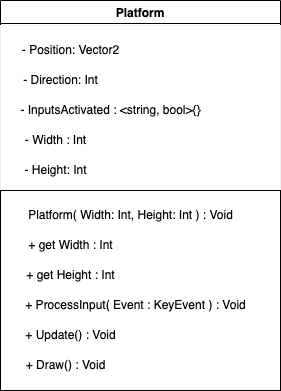
The draw.io diagram The_Game/UML/platform_diagram.png in IvanMordovets/IT2_uke1_project, before a commit. Source tidied: cells renumbered, new cells last; positions are measured from the earlier drawing's top-left corner, leaving out a move shared by most shapes. Its diagram source:
```xml
<mxGraphModel>
  <root>
    <mxCell id="0" />
    <mxCell id="1" parent="0" />
    <mxCell id="2" value="Platform" style="swimlane;fillColor=#FFFFFF;" parent="1" vertex="1">
      <mxGeometry width="280" height="195" as="geometry" />
    </mxCell>
    <mxCell id="3" style="whiteSpace=wrap;html=1;strokeColor=#F0F0F0;fillColor=#FFFFFF;" parent="2" vertex="1">
      <mxGeometry y="25" width="280" height="165" as="geometry" />
    </mxCell>
    <mxCell id="4" value="- Position: Vector2&lt;br&gt;" style="text;html=1;align=center;verticalAlign=middle;strokeColor=none;fillColor=#FFFFFF;" parent="2" vertex="1">
      <mxGeometry x="10" y="35" width="120" height="30" as="geometry" />
    </mxCell>
    <mxCell id="5" value="- Direction: Int" style="text;html=1;align=center;verticalAlign=middle;strokeColor=none;fillColor=#FFFFFF;" parent="2" vertex="1">
      <mxGeometry x="10" y="65" width="100" height="30" as="geometry" />
    </mxCell>
    <mxCell id="6" value="- InputsActivated : &amp;lt;string, bool&amp;gt;{}" style="text;html=1;align=center;verticalAlign=middle;strokeColor=none;fillColor=#FFFFFF;" parent="2" vertex="1">
      <mxGeometry x="10" y="95" width="200" height="30" as="geometry" />
    </mxCell>
    <mxCell id="7" value="- Width : Int" style="text;html=1;align=center;verticalAlign=middle;strokeColor=none;fillColor=#FFFFFF;" parent="2" vertex="1">
      <mxGeometry x="15" y="125" width="80" height="30" as="geometry" />
    </mxCell>
    <mxCell id="8" value="- Height: Int" style="text;html=1;align=center;verticalAlign=middle;strokeColor=none;fillColor=#FFFFFF;" parent="2" vertex="1">
      <mxGeometry x="10" y="155" width="90" height="30" as="geometry" />
    </mxCell>
    <mxCell id="9" style="rounded=0;whiteSpace=wrap;html=1;" parent="1" vertex="1">
      <mxGeometry y="190" width="280" height="200" as="geometry" />
    </mxCell>
    <mxCell id="10" value="Platform( Width: Int, Height: Int ) : Void" style="text;html=1;align=center;verticalAlign=middle;strokeColor=none;fillColor=none;" parent="1" vertex="1">
      <mxGeometry x="15" y="200" width="230" height="30" as="geometry" />
    </mxCell>
    <mxCell id="11" value="+ ProcessInput( Event : KeyEvent ) : Void" style="text;html=1;align=center;verticalAlign=middle;strokeColor=none;fillColor=none;" parent="1" vertex="1">
      <mxGeometry x="15" y="290" width="240" height="30" as="geometry" />
    </mxCell>
    <mxCell id="12" value="+ Update() : Void" style="text;html=1;align=center;verticalAlign=middle;strokeColor=none;fillColor=none;" parent="1" vertex="1">
      <mxGeometry x="15" y="320" width="110" height="30" as="geometry" />
    </mxCell>
    <mxCell id="13" value="+ Draw() : Void" style="text;html=1;align=center;verticalAlign=middle;strokeColor=none;fillColor=none;" parent="1" vertex="1">
      <mxGeometry x="15" y="350" width="100" height="30" as="geometry" />
    </mxCell>
    <mxCell id="14" value="+ get Width : Int" style="text;html=1;align=center;verticalAlign=middle;strokeColor=none;fillColor=none;" parent="1" vertex="1">
      <mxGeometry x="15" y="230" width="110" height="30" as="geometry" />
    </mxCell>
    <mxCell id="15" value="+ get Height : Int" style="text;html=1;align=center;verticalAlign=middle;strokeColor=none;fillColor=none;" parent="1" vertex="1">
      <mxGeometry x="15" y="260" width="110" height="30" as="geometry" />
    </mxCell>
  </root>
</mxGraphModel>
```
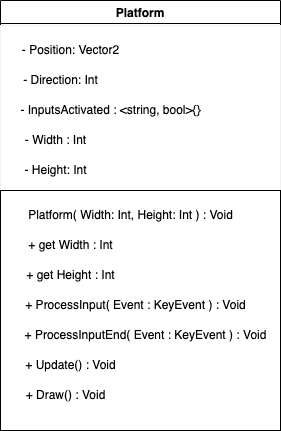
Above is the later version.

Commit message:
Platform UML Update

Change to the diagram source:
```diff
@@ -24,7 +24,7 @@
       <mxGeometry x="10" y="155" width="90" height="30" as="geometry" />
     </mxCell>
     <mxCell id="9" style="rounded=0;whiteSpace=wrap;html=1;" parent="1" vertex="1">
-      <mxGeometry y="190" width="280" height="200" as="geometry" />
+      <mxGeometry y="190" width="280" height="240" as="geometry" />
     </mxCell>
     <mxCell id="10" value="Platform( Width: Int, Height: Int ) : Void" style="text;html=1;align=center;verticalAlign=middle;strokeColor=none;fillColor=none;" parent="1" vertex="1">
       <mxGeometry x="15" y="200" width="230" height="30" as="geometry" />
@@ -33,10 +33,10 @@
       <mxGeometry x="15" y="290" width="240" height="30" as="geometry" />
     </mxCell>
     <mxCell id="12" value="+ Update() : Void" style="text;html=1;align=center;verticalAlign=middle;strokeColor=none;fillColor=none;" parent="1" vertex="1">
-      <mxGeometry x="15" y="320" width="110" height="30" as="geometry" />
+      <mxGeometry x="15" y="350" width="110" height="30" as="geometry" />
     </mxCell>
     <mxCell id="13" value="+ Draw() : Void" style="text;html=1;align=center;verticalAlign=middle;strokeColor=none;fillColor=none;" parent="1" vertex="1">
-      <mxGeometry x="15" y="350" width="100" height="30" as="geometry" />
+      <mxGeometry x="15" y="380" width="100" height="30" as="geometry" />
     </mxCell>
     <mxCell id="14" value="+ get Width : Int" style="text;html=1;align=center;verticalAlign=middle;strokeColor=none;fillColor=none;" parent="1" vertex="1">
       <mxGeometry x="15" y="230" width="110" height="30" as="geometry" />
@@ -44,5 +44,8 @@
     <mxCell id="15" value="+ get Height : Int" style="text;html=1;align=center;verticalAlign=middle;strokeColor=none;fillColor=none;" parent="1" vertex="1">
       <mxGeometry x="15" y="260" width="110" height="30" as="geometry" />
     </mxCell>
+    <mxCell id="16" value="+ ProcessInputEnd( Event : KeyEvent ) : Void" style="text;html=1;align=center;verticalAlign=middle;strokeColor=none;fillColor=none;" parent="1" vertex="1">
+      <mxGeometry x="10" y="320" width="270" height="30" as="geometry" />
+    </mxCell>
   </root>
 </mxGraphModel>
```
